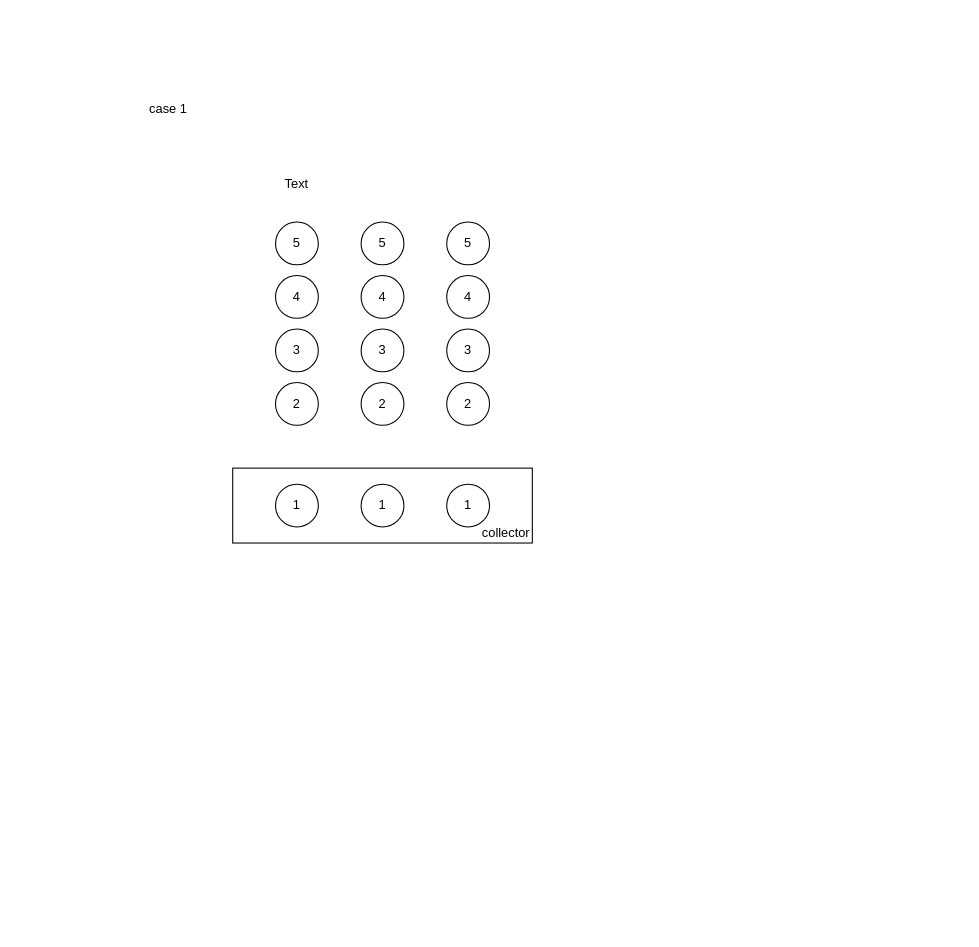
This is batch-kafka.drawio from isfomin/diagrams, a draw.io file, before an edit. Source tidied: cells renumbered, new cells numbered last; positions are measured from the earlier drawing's top-left corner, leaving out a move shared by most shapes. Both pictures are drawn from the tidied source at 107%, with x=0, y=0 at pixel (136, 93).
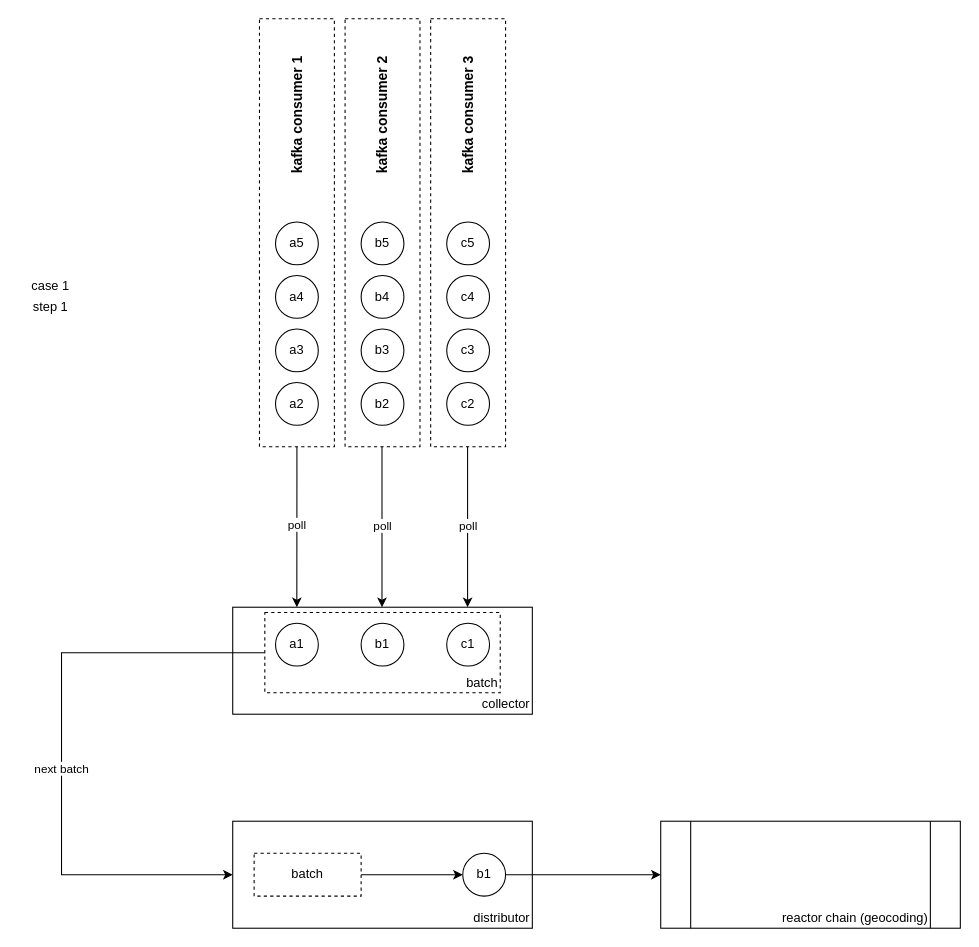
Above is the later version.

What changed in the source:
```diff
@@
+    <mxCell id="20" style="rounded=0;whiteSpace=wrap;html=1;fillColor=none;dashed=1;" parent="1" vertex="1">
+      <mxGeometry x="275" y="-70" width="70" height="400" as="geometry" />
+    </mxCell>
+    <mxCell id="21" style="rounded=0;whiteSpace=wrap;html=1;fillColor=none;dashed=1;" parent="1" vertex="1">
+      <mxGeometry x="195" y="-70" width="70" height="400" as="geometry" />
+    </mxCell>
+    <mxCell id="14" value="collector" style="rounded=0;whiteSpace=wrap;html=1;align=right;verticalAlign=bottom;" parent="1" vertex="1">
+      <mxGeometry x="90" y="480" width="280" height="100" as="geometry" />
+    </mxCell>
+    <mxCell id="22" value="batch" style="rounded=0;whiteSpace=wrap;html=1;fillColor=none;dashed=1;align=right;verticalAlign=bottom;" parent="1" vertex="1">
+      <mxGeometry x="120" y="485" width="220" height="75" as="geometry" />
+    </mxCell>
+    <mxCell id="23" style="rounded=0;whiteSpace=wrap;html=1;fillColor=none;dashed=1;" parent="1" vertex="1">
+      <mxGeometry x="115" y="-70" width="70" height="400" as="geometry" />
+    </mxCell>
-    <mxCell id="2" value="5" style="ellipse;whiteSpace=wrap;html=1;" parent="1" vertex="1">
+    <mxCell id="2" value="a5" style="ellipse;whiteSpace=wrap;html=1;" parent="1" vertex="1">
       <mxGeometry x="130" y="120" width="40" height="40" as="geometry" />
     </mxCell>
-    <mxCell id="3" value="4" style="ellipse;whiteSpace=wrap;html=1;" parent="1" vertex="1">
+    <mxCell id="3" value="a4" style="ellipse;whiteSpace=wrap;html=1;" parent="1" vertex="1">
       <mxGeometry x="130" y="170" width="40" height="40" as="geometry" />
     </mxCell>
-    <mxCell id="4" value="3" style="ellipse;whiteSpace=wrap;html=1;" parent="1" vertex="1">
+    <mxCell id="4" value="a3" style="ellipse;whiteSpace=wrap;html=1;" parent="1" vertex="1">
       <mxGeometry x="130" y="220" width="40" height="40" as="geometry" />
     </mxCell>
-    <mxCell id="5" value="2" style="ellipse;whiteSpace=wrap;html=1;" parent="1" vertex="1">
+    <mxCell id="5" value="a2" style="ellipse;whiteSpace=wrap;html=1;" parent="1" vertex="1">
       <mxGeometry x="130" y="270" width="40" height="40" as="geometry" />
     </mxCell>
-    <mxCell id="6" value="5" style="ellipse;whiteSpace=wrap;html=1;" parent="1" vertex="1">
+    <mxCell id="6" value="b5" style="ellipse;whiteSpace=wrap;html=1;" parent="1" vertex="1">
       <mxGeometry x="210" y="120" width="40" height="40" as="geometry" />
     </mxCell>
-    <mxCell id="7" value="4" style="ellipse;whiteSpace=wrap;html=1;" parent="1" vertex="1">
+    <mxCell id="7" value="b4" style="ellipse;whiteSpace=wrap;html=1;" parent="1" vertex="1">
       <mxGeometry x="210" y="170" width="40" height="40" as="geometry" />
     </mxCell>
-    <mxCell id="8" value="3" style="ellipse;whiteSpace=wrap;html=1;" parent="1" vertex="1">
+    <mxCell id="8" value="b3" style="ellipse;whiteSpace=wrap;html=1;" parent="1" vertex="1">
       <mxGeometry x="210" y="220" width="40" height="40" as="geometry" />
     </mxCell>
-    <mxCell id="9" value="2" style="ellipse;whiteSpace=wrap;html=1;" parent="1" vertex="1">
+    <mxCell id="9" value="b2" style="ellipse;whiteSpace=wrap;html=1;" parent="1" vertex="1">
       <mxGeometry x="210" y="270" width="40" height="40" as="geometry" />
     </mxCell>
-    <mxCell id="10" value="5" style="ellipse;whiteSpace=wrap;html=1;" parent="1" vertex="1">
+    <mxCell id="10" value="c5" style="ellipse;whiteSpace=wrap;html=1;" parent="1" vertex="1">
       <mxGeometry x="290" y="120" width="40" height="40" as="geometry" />
     </mxCell>
-    <mxCell id="11" value="4" style="ellipse;whiteSpace=wrap;html=1;" parent="1" vertex="1">
+    <mxCell id="11" value="c4" style="ellipse;whiteSpace=wrap;html=1;" parent="1" vertex="1">
       <mxGeometry x="290" y="170" width="40" height="40" as="geometry" />
     </mxCell>
-    <mxCell id="12" value="3" style="ellipse;whiteSpace=wrap;html=1;" parent="1" vertex="1">
+    <mxCell id="12" value="c3" style="ellipse;whiteSpace=wrap;html=1;" parent="1" vertex="1">
       <mxGeometry x="290" y="220" width="40" height="40" as="geometry" />
     </mxCell>
-    <mxCell id="13" value="2" style="ellipse;whiteSpace=wrap;html=1;" parent="1" vertex="1">
+    <mxCell id="13" value="c2" style="ellipse;whiteSpace=wrap;html=1;" parent="1" vertex="1">
       <mxGeometry x="290" y="270" width="40" height="40" as="geometry" />
     </mxCell>
-    <mxCell id="14" value="collector" style="rounded=0;whiteSpace=wrap;html=1;align=right;verticalAlign=bottom;" parent="1" vertex="1">
-      <mxGeometry x="90" y="350" width="280" height="70" as="geometry" />
-    </mxCell>
-    <mxCell id="15" value="1" style="ellipse;whiteSpace=wrap;html=1;" parent="1" vertex="1">
-      <mxGeometry x="130" y="365" width="40" height="40" as="geometry" />
+    <mxCell id="15" value="a1" style="ellipse;whiteSpace=wrap;html=1;" parent="1" vertex="1">
+      <mxGeometry x="130" y="495" width="40" height="40" as="geometry" />
     </mxCell>
-    <mxCell id="16" value="1" style="ellipse;whiteSpace=wrap;html=1;" parent="1" vertex="1">
-      <mxGeometry x="210" y="365" width="40" height="40" as="geometry" />
+    <mxCell id="16" value="b1" style="ellipse;whiteSpace=wrap;html=1;" parent="1" vertex="1">
+      <mxGeometry x="210" y="495" width="40" height="40" as="geometry" />
     </mxCell>
-    <mxCell id="17" value="1" style="ellipse;whiteSpace=wrap;html=1;" parent="1" vertex="1">
-      <mxGeometry x="290" y="365" width="40" height="40" as="geometry" />
+    <mxCell id="17" value="c1" style="ellipse;whiteSpace=wrap;html=1;" parent="1" vertex="1">
+      <mxGeometry x="290" y="495" width="40" height="40" as="geometry" />
     </mxCell>
     <mxCell id="18" value="case 1" style="text;html=1;strokeColor=none;fillColor=none;align=center;verticalAlign=middle;whiteSpace=wrap;rounded=0;" parent="1" vertex="1">
-      <mxGeometry width="60" height="30" as="geometry" />
+      <mxGeometry x="-110" y="165" width="60" height="30" as="geometry" />
     </mxCell>
-    <mxCell id="19" value="Text" style="text;html=1;strokeColor=none;fillColor=none;align=center;verticalAlign=middle;whiteSpace=wrap;rounded=0;flipV=1;direction=east;" parent="1" vertex="1">
-      <mxGeometry x="120" y="70" width="60" height="30" as="geometry" />
-    </mxCell>
+    <mxCell id="24" value="&lt;b&gt;&lt;font style=&quot;font-size: 13px;&quot;&gt;kafka consumer 2&lt;/font&gt;&lt;br&gt;&lt;/b&gt;" style="text;html=1;strokeColor=none;fillColor=none;align=center;verticalAlign=middle;whiteSpace=wrap;rounded=0;flipV=1;direction=west;imageAspect=1;rotation=-90;" parent="1" vertex="1">
+      <mxGeometry x="155" y="5" width="150" height="30" as="geometry" />
+    </mxCell>
+    <mxCell id="25" value="&lt;b&gt;&lt;font style=&quot;font-size: 13px;&quot;&gt;kafka consumer 1&lt;/font&gt;&lt;br&gt;&lt;/b&gt;" style="text;html=1;strokeColor=none;fillColor=none;align=center;verticalAlign=middle;whiteSpace=wrap;rounded=0;flipV=1;direction=west;imageAspect=1;rotation=-90;" parent="1" vertex="1">
+      <mxGeometry x="75" y="5" width="150" height="30" as="geometry" />
+    </mxCell>
+    <mxCell id="26" value="&lt;b&gt;&lt;font style=&quot;font-size: 13px;&quot;&gt;kafka consumer 3&lt;/font&gt;&lt;br&gt;&lt;/b&gt;" style="text;html=1;strokeColor=none;fillColor=none;align=center;verticalAlign=middle;whiteSpace=wrap;rounded=0;flipV=1;direction=west;imageAspect=1;rotation=-90;" parent="1" vertex="1">
+      <mxGeometry x="235" y="5" width="150" height="30" as="geometry" />
+    </mxCell>
+    <mxCell id="27" style="edgeStyle=orthogonalEdgeStyle;rounded=0;jettySize=auto;html=1;exitX=0.5;exitY=1;exitDx=0;exitDy=0;entryX=0.214;entryY=0;entryDx=0;entryDy=0;entryPerimeter=0;" parent="1" edge="1" source="23" target="14">
+      <mxGeometry relative="1" as="geometry">
+        <Array as="points">
+          <mxPoint x="150" y="360" />
+          <mxPoint x="150" y="360" />
+        </Array>
+      </mxGeometry>
+    </mxCell>
+    <mxCell id="28" value="poll" style="edgeLabel;html=1;align=center;verticalAlign=middle;" parent="27" vertex="1">
+      <mxGeometry x="-0.03" relative="1" as="geometry" />
+    </mxCell>
+    <mxCell id="29" style="edgeStyle=orthogonalEdgeStyle;rounded=0;orthogonalLoop=1;jettySize=auto;html=1;exitX=0.5;exitY=1;exitDx=0;exitDy=0;entryX=0.214;entryY=0;entryDx=0;entryDy=0;entryPerimeter=0;" parent="1" edge="1">
+      <mxGeometry relative="1" as="geometry">
+        <mxPoint x="229.5" y="330" as="sourcePoint" />
+        <mxPoint x="229.5" y="480" as="targetPoint" />
+        <Array as="points">
+          <mxPoint x="229.5" y="360" />
+          <mxPoint x="229.5" y="360" />
+        </Array>
+      </mxGeometry>
+    </mxCell>
+    <mxCell id="30" value="poll" style="edgeLabel;html=1;align=center;verticalAlign=middle;" parent="29" vertex="1">
+      <mxGeometry x="-0.03" relative="1" as="geometry" />
+    </mxCell>
+    <mxCell id="31" style="edgeStyle=orthogonalEdgeStyle;rounded=0;orthogonalLoop=1;jettySize=auto;html=1;exitX=0.5;exitY=1;exitDx=0;exitDy=0;entryX=0.214;entryY=0;entryDx=0;entryDy=0;entryPerimeter=0;" parent="1" edge="1">
+      <mxGeometry relative="1" as="geometry">
+        <mxPoint x="309.5" y="330" as="sourcePoint" />
+        <mxPoint x="309.5" y="480" as="targetPoint" />
+        <Array as="points">
+          <mxPoint x="309.5" y="360" />
+          <mxPoint x="309.5" y="360" />
+        </Array>
+      </mxGeometry>
+    </mxCell>
+    <mxCell id="32" value="poll" style="edgeLabel;html=1;align=center;verticalAlign=middle;" parent="31" vertex="1">
+      <mxGeometry x="-0.03" relative="1" as="geometry" />
+    </mxCell>
+    <mxCell id="33" style="edgeStyle=orthogonalEdgeStyle;rounded=0;jettySize=auto;html=1;exitX=0;exitY=0.5;exitDx=0;exitDy=0;entryX=0;entryY=0.5;entryDx=0;entryDy=0;" parent="1" edge="1" source="22">
+      <mxGeometry relative="1" as="geometry">
+        <mxPoint x="90" y="730" as="targetPoint" />
+        <Array as="points">
+          <mxPoint x="-70" y="523" />
+          <mxPoint x="-70" y="730" />
+        </Array>
+      </mxGeometry>
+    </mxCell>
+    <mxCell id="34" value="next batch" style="edgeLabel;html=1;align=center;verticalAlign=middle;" parent="33" vertex="1">
+      <mxGeometry x="0.07" y="-1" relative="1" as="geometry" />
+    </mxCell>
+    <mxCell id="35" value="step 1" style="text;html=1;strokeColor=none;fillColor=none;align=center;verticalAlign=middle;whiteSpace=wrap;rounded=0;" parent="1" vertex="1">
+      <mxGeometry x="-110" y="185" width="60" height="30" as="geometry" />
+    </mxCell>
+    <mxCell id="36" value="distributor" style="rounded=0;whiteSpace=wrap;html=1;verticalAlign=bottom;align=right;" parent="1" vertex="1">
+      <mxGeometry x="90" y="680" width="280" height="100" as="geometry" />
+    </mxCell>
+    <mxCell id="37" value="reactor chain (geocoding)" style="shape=process;whiteSpace=wrap;html=1;backgroundOutline=1;align=right;verticalAlign=bottom;" parent="1" vertex="1">
+      <mxGeometry x="490" y="680" width="280" height="100" as="geometry" />
+    </mxCell>
+    <mxCell id="38" style="edgeStyle=orthogonalEdgeStyle;rounded=0;jettySize=auto;html=1;exitX=1;exitY=0.5;exitDx=0;exitDy=0;entryX=0;entryY=0.5;entryDx=0;entryDy=0;" parent="1" edge="1" source="39" target="41">
+      <mxGeometry relative="1" as="geometry" />
+    </mxCell>
+    <mxCell id="39" value="batch" style="rounded=0;whiteSpace=wrap;html=1;fillColor=none;dashed=1;" parent="1" vertex="1">
+      <mxGeometry x="110" y="710" width="100" height="40" as="geometry" />
+    </mxCell>
+    <mxCell id="40" style="edgeStyle=orthogonalEdgeStyle;rounded=0;jettySize=auto;html=1;exitX=1;exitY=0.5;exitDx=0;exitDy=0;entryX=0;entryY=0.5;entryDx=0;entryDy=0;" parent="1" edge="1" source="41" target="37">
+      <mxGeometry relative="1" as="geometry" />
+    </mxCell>
+    <mxCell id="41" value="b1" style="ellipse;whiteSpace=wrap;html=1;" parent="1" vertex="1">
+      <mxGeometry x="305" y="710" width="40" height="40" as="geometry" />
+    </mxCell>
```
